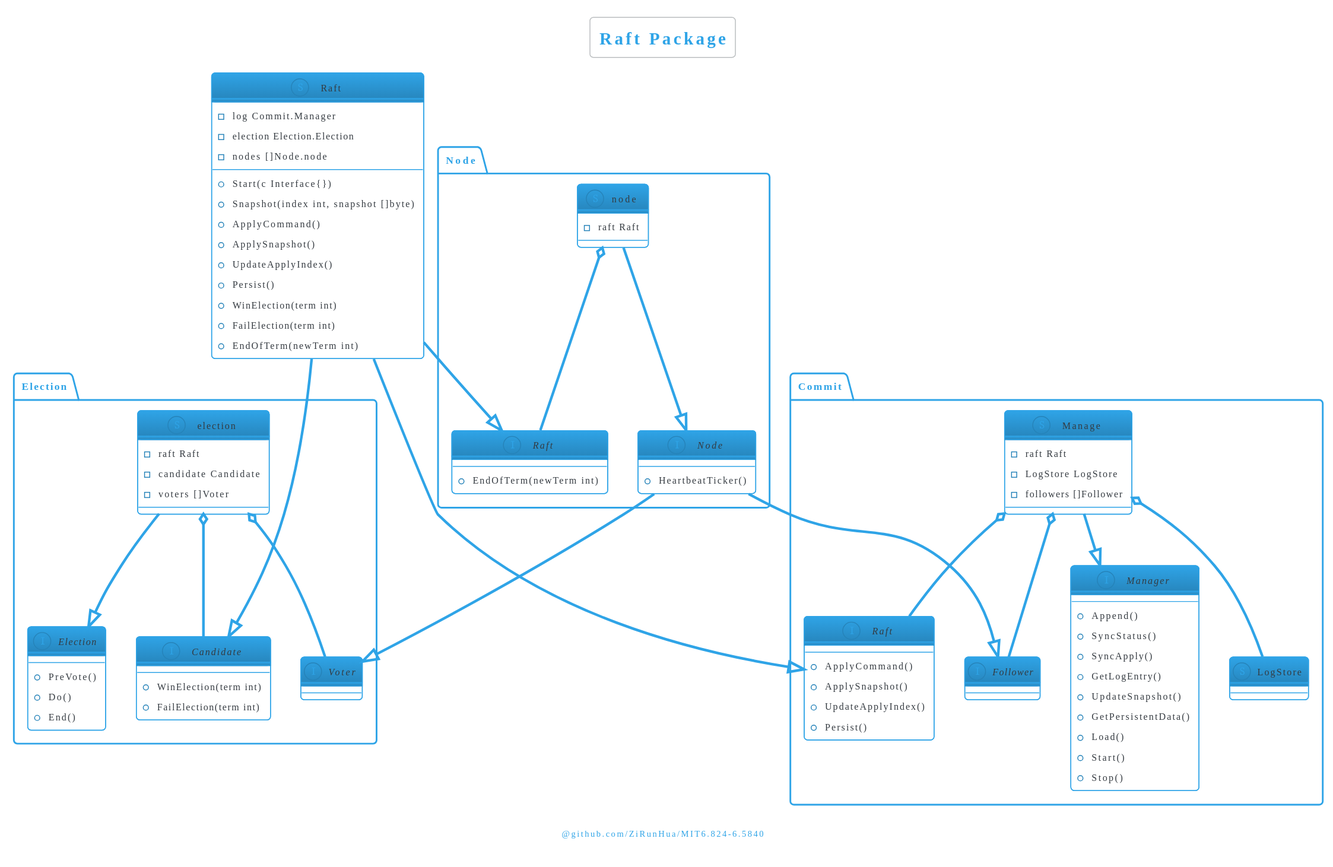
The PlantUML diagram docs/img/lab3/raft-uml.svg in ZiRunHua/MIT6.824-6.5840, before a commit.
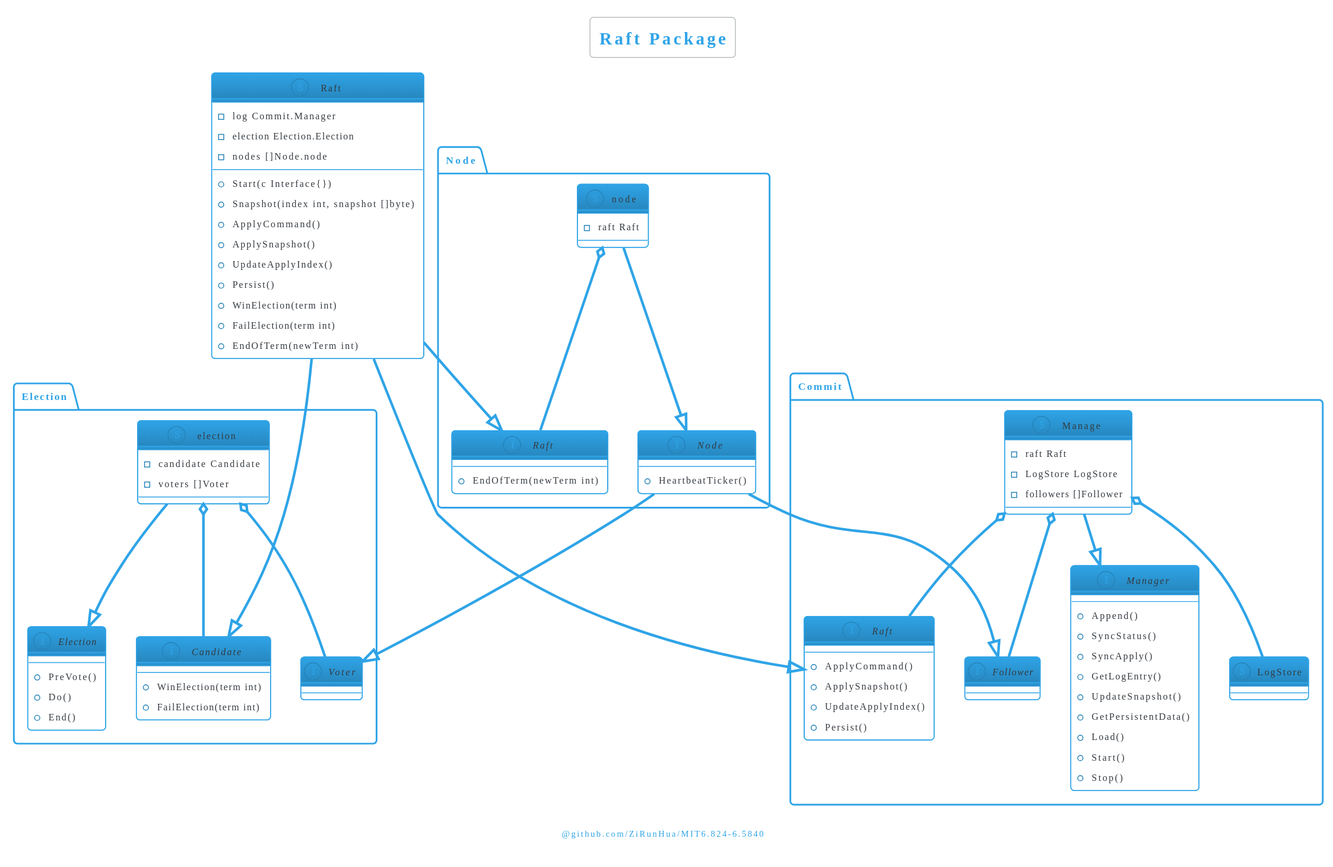
After the commit.

What changed in the source:
```diff
@@ -10,7 +10,6 @@
 		+ End()
 	}
 	Struct election {
-		- raft Raft
 		- candidate Candidate
 		- voters []Voter
 	}
@@ -59,7 +58,6 @@
 }
 
 Package Node{
-
 	Struct node {
 		- raft Raft
 	}
@@ -540,7 +538,6 @@
 		+ End()
 	}
 	Struct election {
-		- raft Raft
 		- candidate Candidate
 		- voters []Voter
 	}
@@ -589,7 +586,6 @@
 }
 
 Package Node{
-
 	Struct node {
 		- raft Raft
 	}
```
